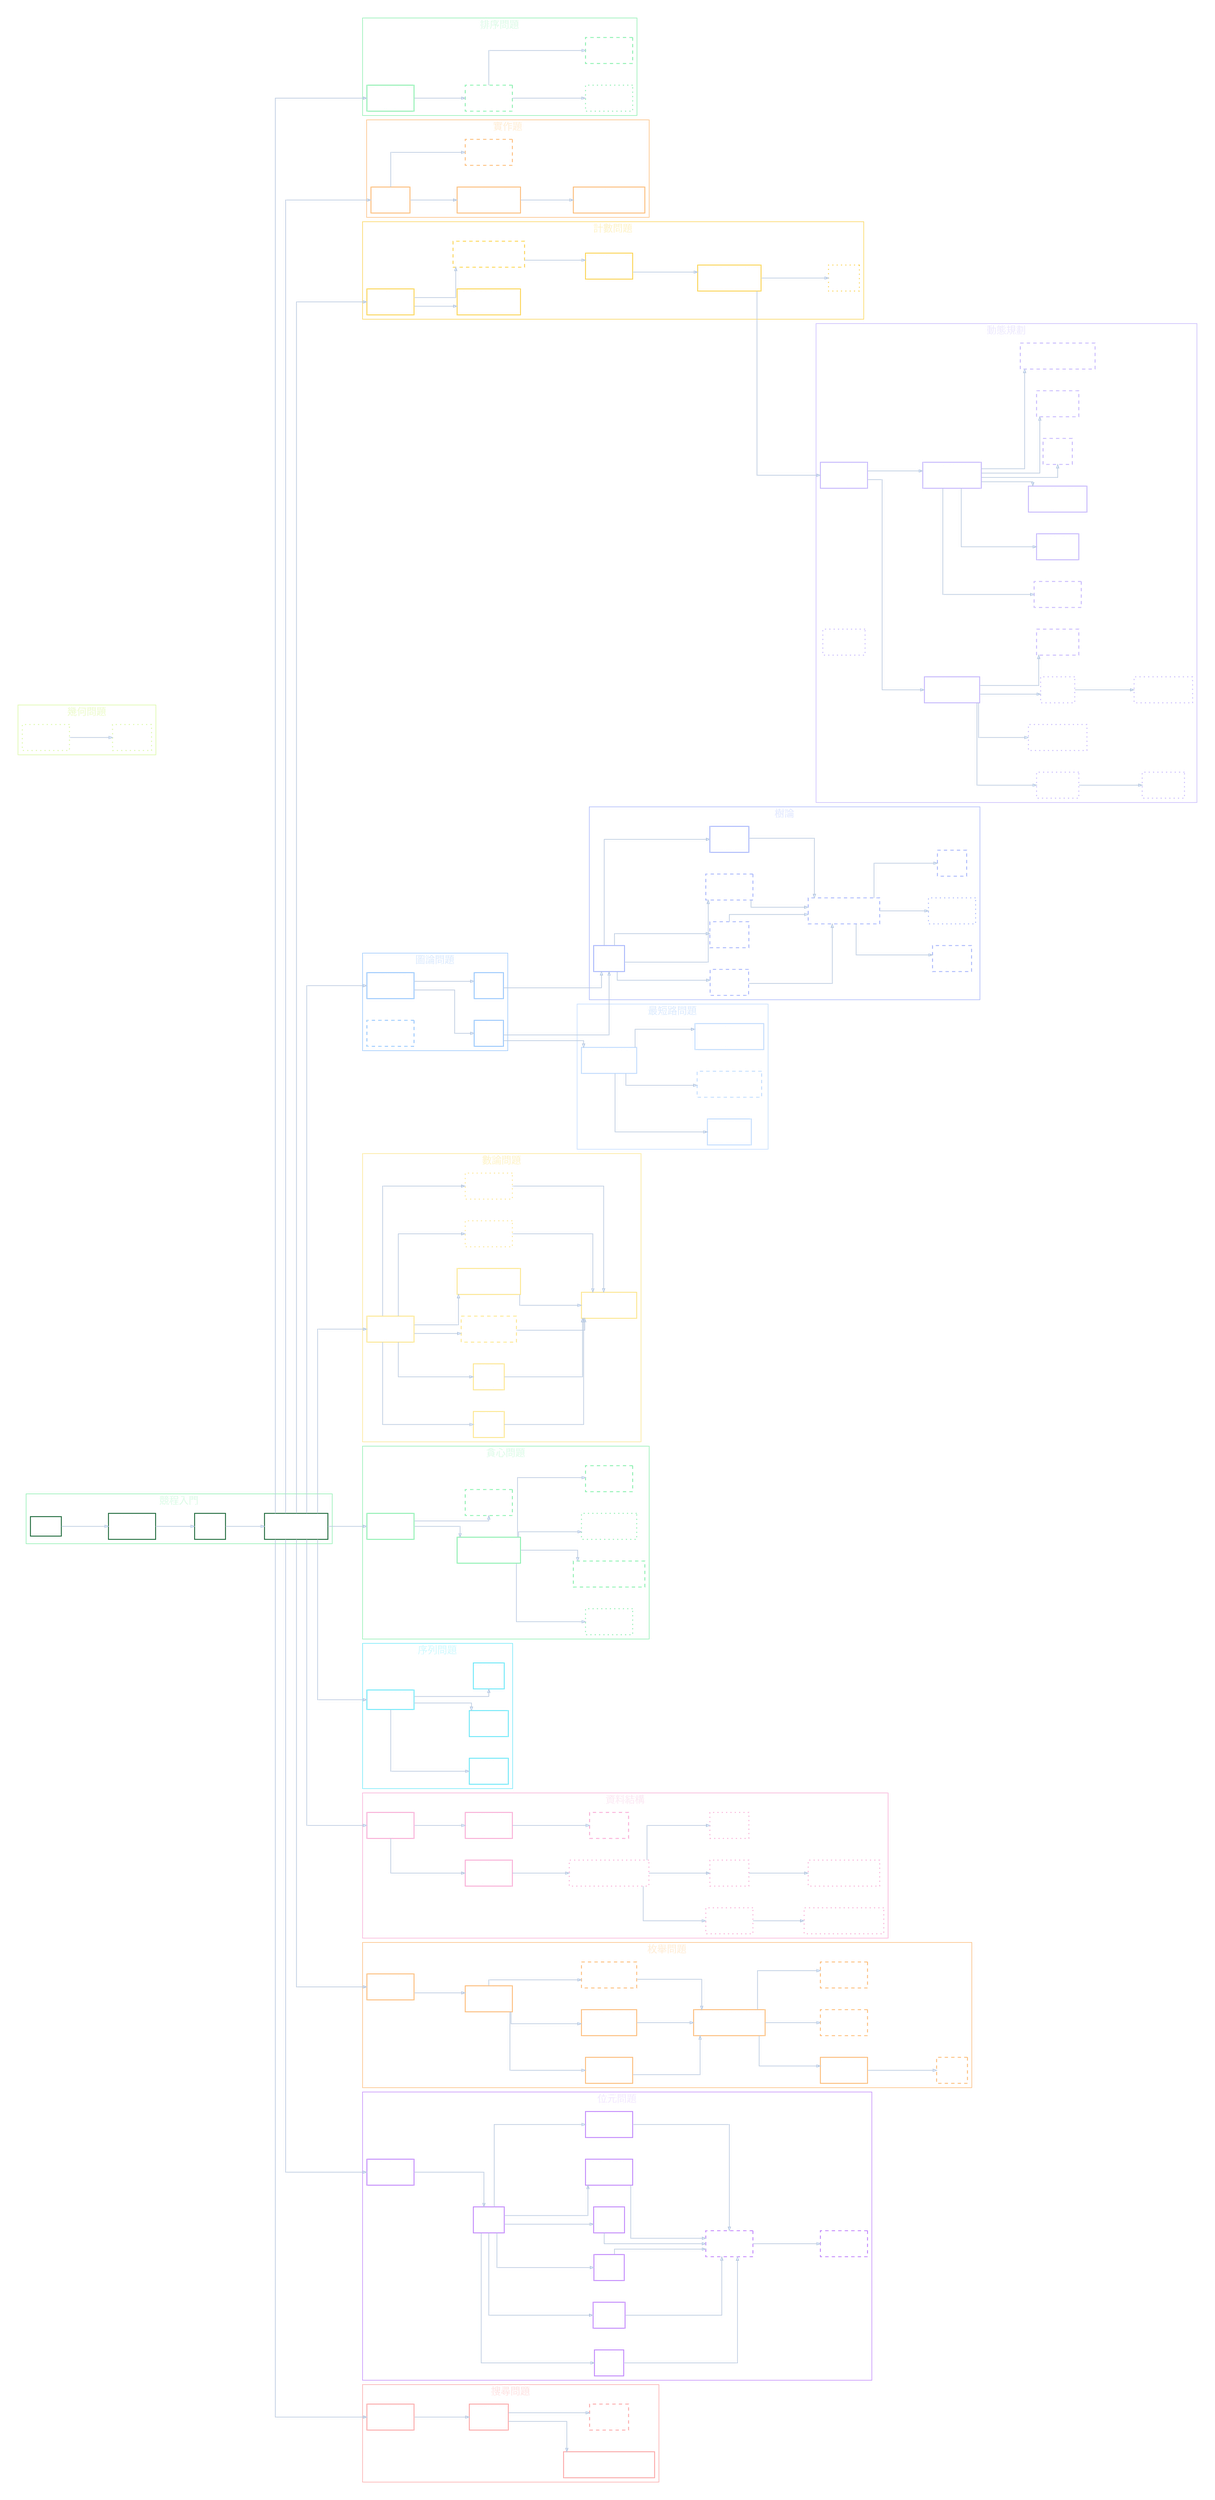
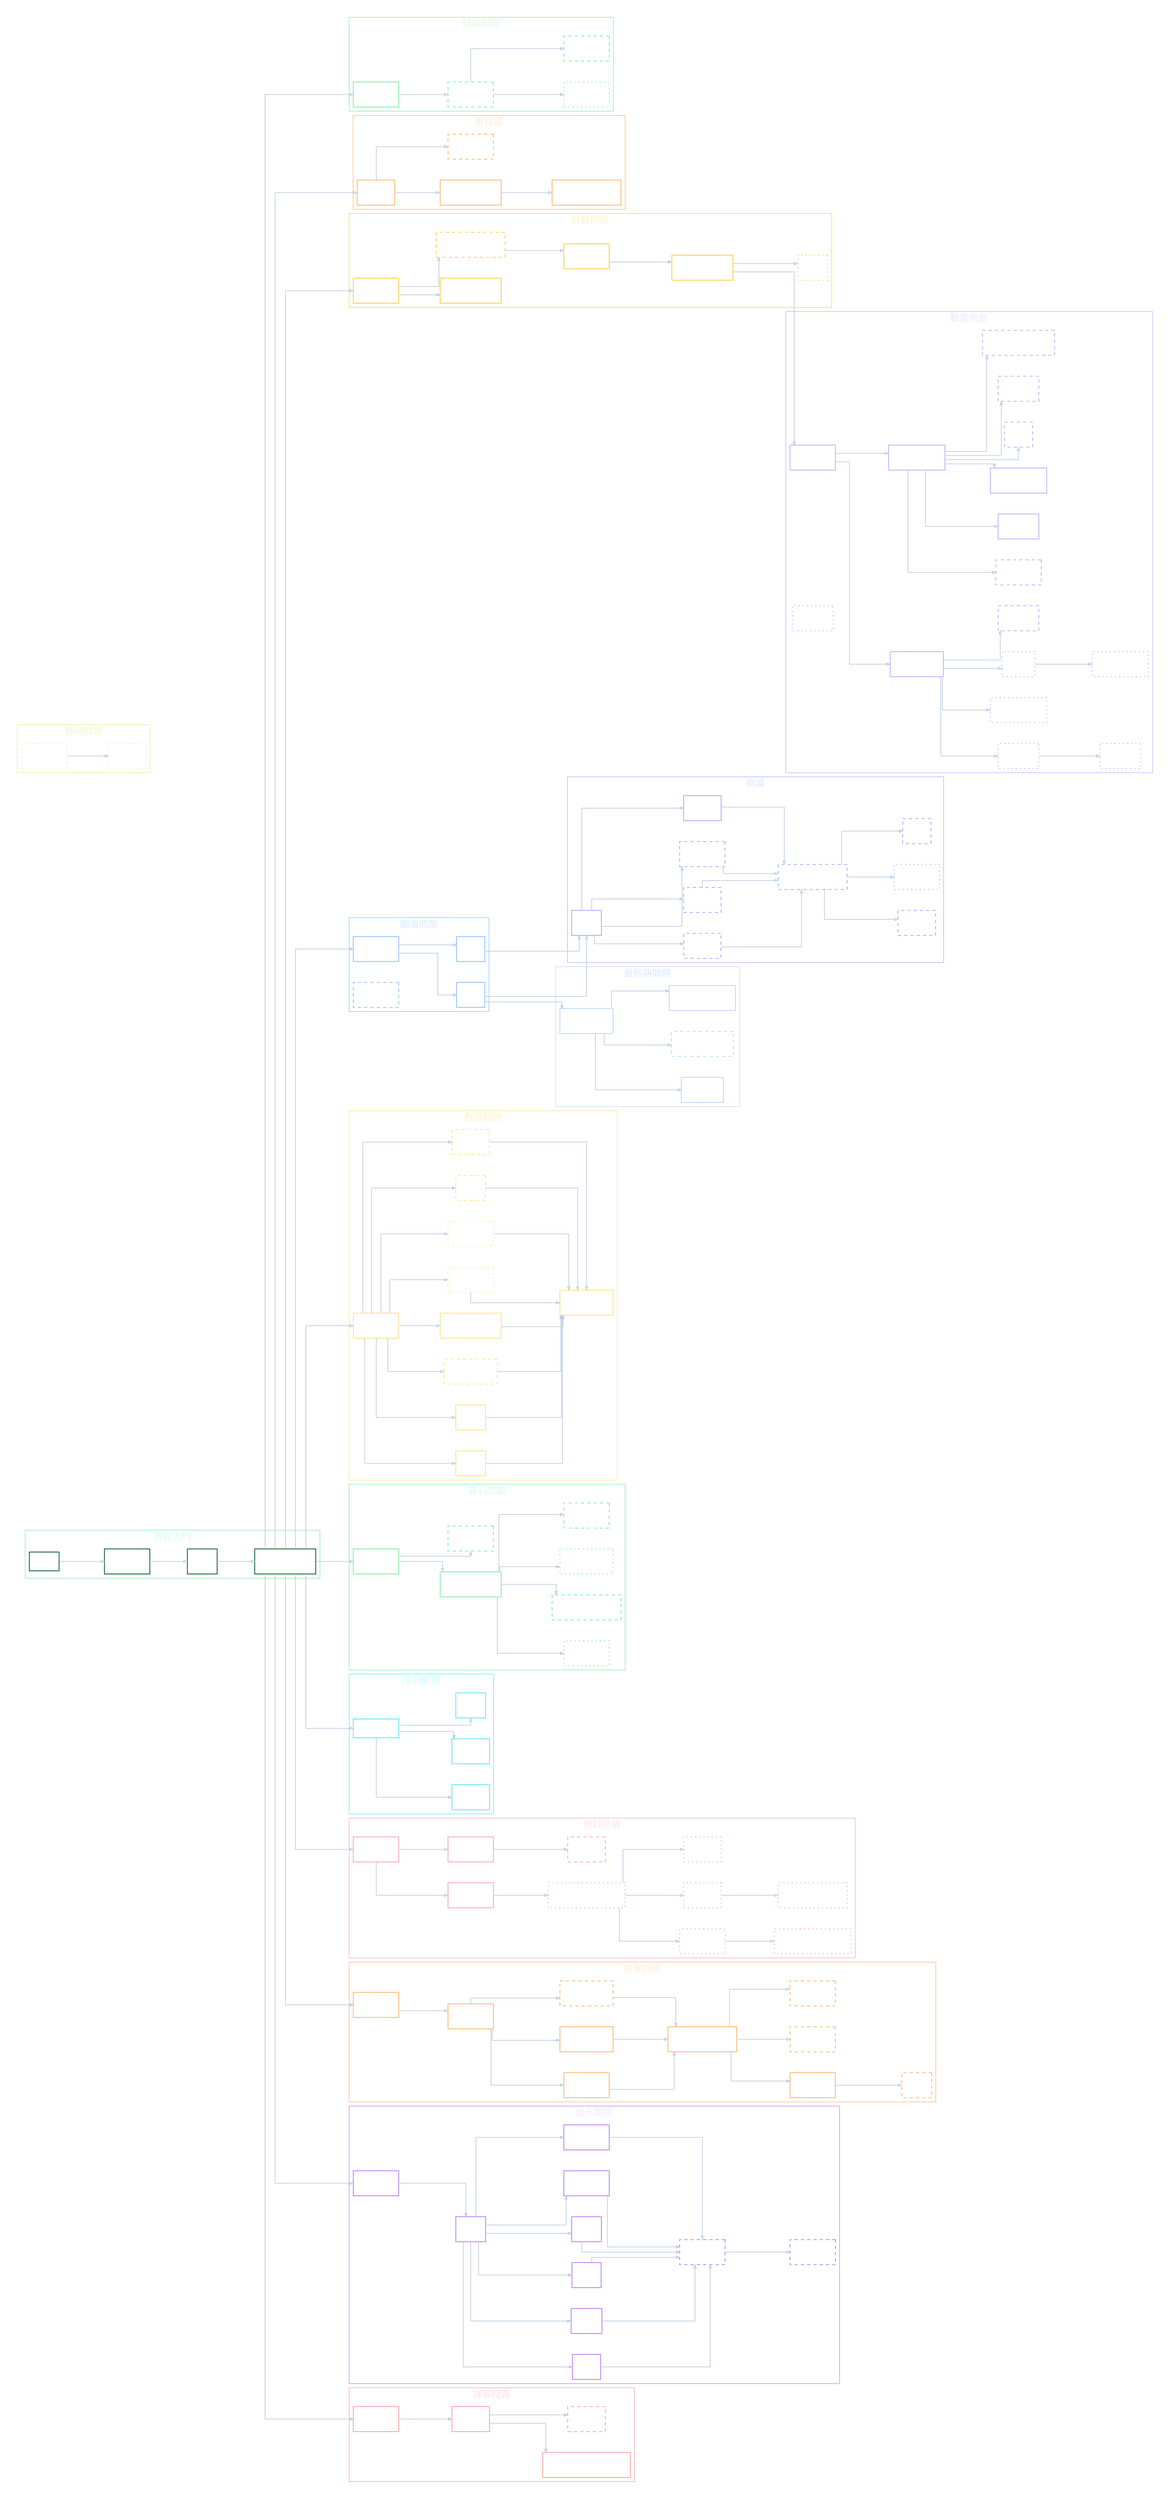
digraph CompetitiveProgrammingSkillTree {
  graph [
    rankdir=LR,
    bgcolor="transparent",
    splines=ortho,
    nodesep=0.55,
    ranksep=1.0,
    pad=0.35,
    compound=true
  ];

  node [
    shape=rect,
    style=filled,
    fontname="Microsoft JhengHei",
    fontsize=15,
    margin="0.18,0.10",
    penwidth=1.6,
    color="#7A8A99",
    fontcolor="#ffffff"
  ];

  edge [
    color="#bacae0",
    arrowsize=0.65,
    penwidth=1.2
  ];

  subgraph cluster_cp_entry {
    label="競程入門";
    color="#86efac";
    fillcolor="#052e16";
    fontname="Microsoft JhengHei";
    fontcolor="#dcfce7";
    fontsize=18;

    node [fillcolor="transparent", color="#166534"]
    root1 [label="競程"];
    core1 [label="基礎語法\n[✪]"];
    core2 [label="陣列\n[✪]"];
    core3 [label="基礎 STL 工具\n[✪]"];
  }

  subgraph cluster_sort {
    label="排序問題";
    color="#86efac";
    fillcolor="#052e16";
    fontname="Microsoft JhengHei";
    fontcolor="#dcfce7";
    fontsize=18;

    node [fillcolor="transparent", color="#86efac"];
    sort1 [label="排序問題\n[✔]"];
    sort2 [label="交換問題\n[!?]", style="dashed"];
    sort3 [label="拓撲排序\n[?]", style="dotted"];
    sort4 [label="單調隊列\n[!?]", style="dashed"];
  }

  subgraph cluster_impl {
    label="實作題";
    color="#fdba74";
    fillcolor="#431407";
    fontname="Microsoft JhengHei";
    fontcolor="#ffedd5";
    fontsize=18;

    node [fillcolor="transparent", color="#fdba74"];
    impl1 [label="實作題\n[✔]"];
    impl2 [label="二維地圖實作\n[✔]"];
    impl3 [label="字串問題\n[!?]", style="dashed"];
    impl4 [label="六邊形地圖實作\n[✔]"]
  }

  impl2 -> impl4;

  subgraph cluster_count {
    label="計數問題";
    color="#fcd34d";
    fillcolor="#422006";
    fontname="Microsoft JhengHei";
    fontcolor="#fef3c7";
    fontsize=18;

    node [fillcolor="transparent", color="#fcd34d"];
    count1 [label="計數問題\n[✔]"];
    count4 [label="微掃描線問題\n[✔]"];
    count2 [label="等價類計數問題\n[!?]", style="dashed"];
    count3 [label="排容原理\n[✔]"];
    count5 [label="拆分子問題法\n[✔]"];
    div1 [label="分治\n[?]", style="dotted"];
  }

  count1 -> count4;

  subgraph cluster_dp {
    label="動態規劃";
    color="#c4b5fd";
    fillcolor="#2e1065";
    fontname="Microsoft JhengHei";
    fontcolor="#ede9fe";
    fontsize=18;

    node [fillcolor="transparent", color="#c4b5fd"];
    dp1 [label="動態規劃\n[✔]"];
    dp2 [label="背包問題\n[!?]", style="dashed"];
    dp3 [label="分段 dp\n[✔]"];
    dp4 [label="二維地圖 dp\n[✔]"];
    dp5 [label="區間 dp\n[?]", style="dotted"];
    dp6 [label="賽局 dp\n[?]", style="dotted"];
    dp7 [label="狀態壓縮 dp\n[?]", style="dotted"];
    dp8 [label="記憶化搜索\n[✔]"];
    dp9 [label="LCS\n[!?]", style="dashed"];
    dp10 [label="環狀 dp\n[!?]", style="dashed"];
    dp11 [label="樹 dp\n[?]", style="dotted"];
    dp12 [label="子樹合併 dp\n[?]", style="dotted"];
    dp13 [label="有權區間排程 dp\n[!?]", style="dashed"];
    dp14 [label="數位 dp\n[!?]", style="dashed"];
    dp15 [label="dp 狀態設計\n[✔]"];
    dp16 [label="dp 優化\n[?]", style="dotted"];
  }

  dp1 -> dp8;
  dp1 -> dp15;
  dp8 -> dp11;
  dp8 -> dp14;
  dp8 -> dp5;
  dp8 -> dp7;
  dp15 -> dp2;
  dp15 -> dp3;
  dp15 -> dp4;
  dp15 -> dp9;
  dp15 -> dp10;
  dp15 -> dp13;
  dp5 -> dp6;
  dp11 -> dp12;

  subgraph cluster_graph {
    label="圖論問題";
    color="#93c5fd";
    fillcolor="#172554";
    fontname="Microsoft JhengHei";
    fontcolor="#dbeafe";
    fontsize=18;

    node [fillcolor="transparent", color="#93c5fd"];
    g1 [label="圖論問題\n[✔]"];
    g2 [label="BFS\n[✔]"];
    g3 [label="DFS\n[✔]"];
    g4 [label="圖論建模\n[!?]", style="dashed"];
  }

  subgraph cluster_shortest_path {
    label="最短路問題";
    color="#bfdbfe";
    fillcolor="#1e3a8a";
    fontname="Microsoft JhengHei";
    fontcolor="#dbeafe";
    fontsize=18;

    node [fillcolor="transparent", color="#bfdbfe"];
    sp1 [label="最短路問題\n[✔]"];
    sp2 [label="Dijkstra\n[✔]"];
    sp3 [label="Bellman Ford\n[!?]", style="dashed"];
    sp4 [label="Floyd Warshall\n[✔]"];
  }

  subgraph cluster_tree {
    label="樹論";
    color="#a5b4fc";
    fillcolor="#312e81";
    fontname="Microsoft JhengHei";
    fontcolor="#e0e7ff";
    fontsize=18;

    node [fillcolor="transparent", color="#a5b4fc"];
    tree1 [label="樹論\n[✔]"];
    tree2 [label="BFS 樹\n[!?]", style="dashed"];
    tree3 [label="DFS 樹\n[!?]", style="dashed"];
    tree4 [label="前中後序\n[!?]", style="dashed"];
    tree5 [label="二分樹\n[✔]"];
    tree6 [label="更難的樹論問題\n[!?]", style="dashed"];
    tree7 [label="樹壓平\n[!?]", style="dashed"];
    tree8 [label="樹上差分\n[?]", style="dotted"];
    tree9 [label="LCA\n[!?]", style="dashed"];
  }

  subgraph cluster_number {
    label="數論問題";
    color="#fde68a";
    fillcolor="#451a03";
    fontname="Microsoft JhengHei";
    fontcolor="#fef3c7";
    fontsize=18;

    node [fillcolor="transparent", color="#fde68a"];
    num1 [label="數論問題\n[✔]"];
    num2 [label="取餘\n[✔]"];
    num3 [label="篩法\n[✔]"];
    num4 [label="質因數分解\n[!?]", style="dashed"];
    num5 [label="因數倍數問題\n[✔]"];
    num6 [label="進制系統\n[?]", style="dotted"];
    num7 [label="大數運算\n[?]", style="dotted"];
+     num8 [label="機率\n[!?]", style="dashed"];
+     num9 [label="期望值\n[!?]", style="dashed"];
    math1 [label="數學式化簡\n[✔]"];
  }
+ 
+   num1 -> num8;
+   num1 -> num9;
+   num8 -> math1;
+   num9 -> math1;

  subgraph cluster_greedy {
    label="貪心問題";
    color="#86efac";
    fillcolor="#052e16";
    fontname="Microsoft JhengHei";
    fontcolor="#dcfce7";
    fontsize=18;

    node [fillcolor="transparent", color="#86efac"];
    gr1 [label="貪心問題\n[✔]"];
    gr2 [label="貪心基本思維\n[✔]"];
    gr3 [label="貪心證明\n[!?]", style="dashed"];
    gr4 [label="區間貪心\n[?]", style="dotted"];
    gr5 [label="構造上下界問題\n[!?]", style="dashed"];
    gr6 [label="子序列貪心\n[?]", style="dotted"];
    gr7 [label="配對問題\n[!?]", style="dashed"];
  }

  subgraph cluster_sequence {
    label="序列問題";
    color="#67e8f9";
    fillcolor="#164e63";
    fontname="Microsoft JhengHei";
    fontcolor="#cffafe";
    fontsize=18;

    node [fillcolor="transparent", color="#67e8f9"];
    seq1 [label="序列問題"];
    seq2 [label="雙指標\n[✔]"];
    seq3 [label="前綴和\n[✔]"];
    seq4 [label="差分\n[✔]"];
  }

  subgraph cluster_ds {
    label="資料結構";
    color="#f9a8d4";
    fillcolor="#500724";
    fontname="Microsoft JhengHei";
    fontcolor="#fce7f3";
    fontsize=18;

    node [fillcolor="transparent", color="#f9a8d4"];
    ds1 [label="資料結構\n[✔]"];
    ds2 [label="序列容器\n[✔]"];
    ds3 [label="關聯容器\n[✔]"];
    ds4 [label="哈希表\n[!?]", style="dashed"];
    ds5 [label="更複雜的資料結構\n[?]", style="dotted"];
    ds6 [label="樹狀陣列\n[?]", style="dotted"];
    ds7 [label="稀疏表\n[?]", style="dotted"];
    ds8 [label="線段樹\n[?]", style="dotted"];
    ds9 [label="樹狀陣列上二分搜\n[?]", style="dotted"];
    ds10 [label="稀疏表上二分搜\n[?]", style="dotted"];
  }

  subgraph cluster_enum {
    label="枚舉問題";
    color="#fdba74";
    fillcolor="#431407";
    fontname="Microsoft JhengHei";
    fontcolor="#ffedd5";
    fontsize=18;

    node [fillcolor="transparent", color="#fdba74"];
    enum1 [label="枚舉問題\n[✔]"];
    enum2 [label="暴力枚舉\n[✔]"];
    enum3 [label="二元枚舉\n[✔]"];
    enum4 [label="全排列枚舉\n[✔]"];
    enum5 [label="聰明的枚舉\n[!?]", style="dashed"];
    enum6 [label="更難的枚舉問題\n[✔]"];
    enum7 [label="遞迴枚舉\n[✔]"];
    enum8 [label="折半枚舉\n[!?]", style="dashed"];
    enum9 [label="剪枝\n[!?]", style="dashed"];
    enum10 [label="枚舉倍數\n[!?]", style="dashed"];
  }

  subgraph cluster_bit {
    label="位元問題";
    color="#c084fc";
    fillcolor="#3b0764";
    fontname="Microsoft JhengHei";
    fontcolor="#f3e8ff";
    fontsize=18;

    node [fillcolor="transparent", color="#c084fc"];
    bit1 [label="位元問題\n[✔]"];
    bit2 [label="位元\n[✔]"];
    bit3 [label="OR\n[✔]"];
    bit4 [label="AND\n[✔]"];
    bit5 [label="XOR\n[✔]"];
    bit6 [label="NOT\n[✔]"];
    bit7 [label="位元左移\n[✔]"];
    bit8 [label="位元右移\n[✔]"];
    bit9 [label="位元函式\n[!?]", style="dashed"];
    bit10 [label="狀態壓縮\n[!?]", style="dashed"];
  }

  subgraph cluster_search {
    label="搜尋問題";
    color="#fca5a5";
    fillcolor="#450a0a";
    fontname="Microsoft JhengHei";
    fontcolor="#fee2e2";
    fontsize=18;

    node [fillcolor="transparent", color="#fca5a5"];
    search1 [label="搜尋問題\n[✔]"];
    search2 [label="二分搜\n[✔]"];
    search3 [label="lower / upper bound\n[✔]"];
    search4 [label="三分搜\n[!?]", style="dashed"];
  }

  subgraph cluster_geometry {
    label="幾何問題";
    color="#d9f99d";
    fillcolor="#1a2e05";
    fontname="Microsoft JhengHei";
    fontcolor="#ecfccb";
    fontsize=18;

    node [fillcolor="transparent", color="#d9f99d"];
    geo1 [label="幾何問題\n[?]", style="dotted"];
    geo2 [label="掃描線\n[?]", style="dotted"];
  }

  geo1 -> geo2;

  root1 -> core1;
  core1 -> core2;
  core2 -> core3;

  core3 -> sort1;
  core3 -> impl1;
  core3 -> count1;
  core3 -> g1;
  core3 -> num1;
  core3 -> gr1;
  core3 -> seq1;
  core3 -> ds1;
  core3 -> enum1;
  core3 -> bit1;
  core3 -> search1;

  sort1 -> sort2;
  sort2 -> sort3;
  sort2 -> sort4;

  impl1 -> impl2;
  impl1 -> impl3;

  count1 -> count2;
  count2 -> count3;
  count3 -> count5;
  count5 -> dp1;
  count5 -> div1;

  g1 -> g2;
  g1 -> g3;
  g2 -> sp1;
  g2 -> tree1;
  g3 -> tree1;

  sp1 -> sp2;
  sp1 -> sp3;
  sp1 -> sp4;

  tree1 -> tree2;
  tree1 -> tree3;
  tree1 -> tree4;
  tree1 -> tree5;
  tree2 -> tree6;
  tree3 -> tree6;
  tree4 -> tree6;
  tree5 -> tree6;
  tree6 -> tree7;
  tree6 -> tree8;
  tree6 -> tree9;

  num1 -> num2;
  num1 -> num3;
  num1 -> num4;
  num1 -> num5;
  num1 -> num6;
  num1 -> num7;
  num2 -> math1;
  num3 -> math1;
  num4 -> math1;
  num5 -> math1;
  num6 -> math1;
  num7 -> math1;

  gr1 -> gr2;
  gr1 -> gr3;
  gr2 -> gr4;
  gr2 -> gr5;
  gr2 -> gr6;
  gr2 -> gr7;

  seq1 -> seq2;
  seq1 -> seq3;
  seq1 -> seq4;

  ds1 -> ds2;
  ds1 -> ds3;
  ds2 -> ds5;
  ds3 -> ds4;
  ds5 -> ds6;
  ds5 -> ds7;
  ds5 -> ds8;
  ds6 -> ds9;
  ds7 -> ds10;

  enum1 -> enum2;
  enum2 -> enum3;
  enum2 -> enum4;
  enum2 -> enum5;
  enum3 -> enum6;
  enum4 -> enum6;
  enum5 -> enum6;
  enum6 -> enum7;
  enum6 -> enum8;
  enum6 -> enum10;
  enum7 -> enum9;

  bit1 -> bit2;
  bit2 -> bit3;
  bit2 -> bit4;
  bit2 -> bit5;
  bit2 -> bit6;
  bit2 -> bit7;
  bit2 -> bit8;
  bit3 -> bit9;
  bit4 -> bit9;
  bit5 -> bit9;
  bit6 -> bit9;
  bit7 -> bit9;
  bit8 -> bit9;
  bit9 -> bit10;

  search1 -> search2;
  search2 -> search3;
  search2 -> search4;
}
